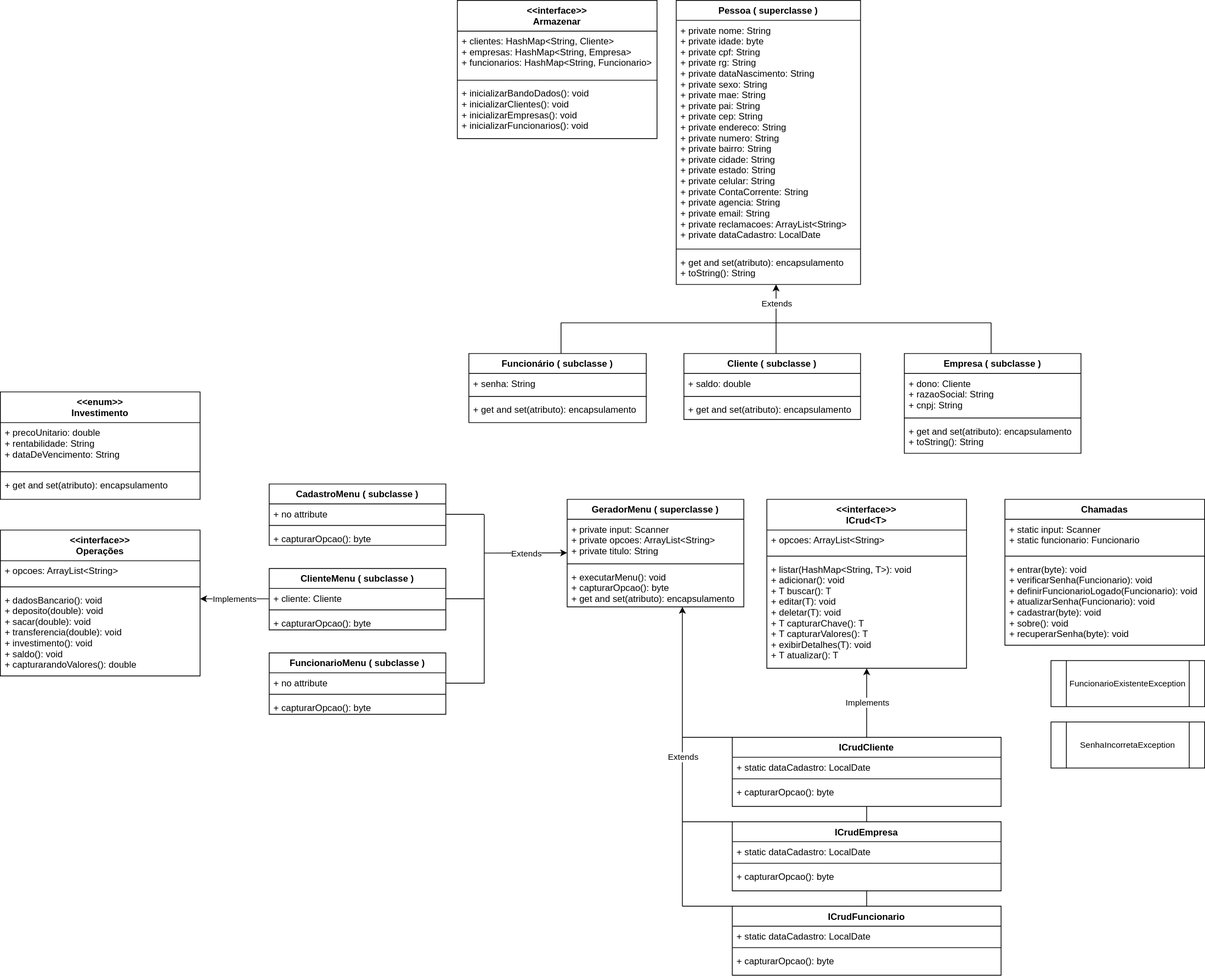
ArthurEstevan/redesenvolvimento-conta-bancaria-v2.0 keeps this draw.io diagram as Diagrama sem nome.drawio.svg. Above is the earlier version. Source tidied: cells renumbered, new cells last; positions are measured from the earlier drawing's top-left corner, leaving out a move shared by most shapes.
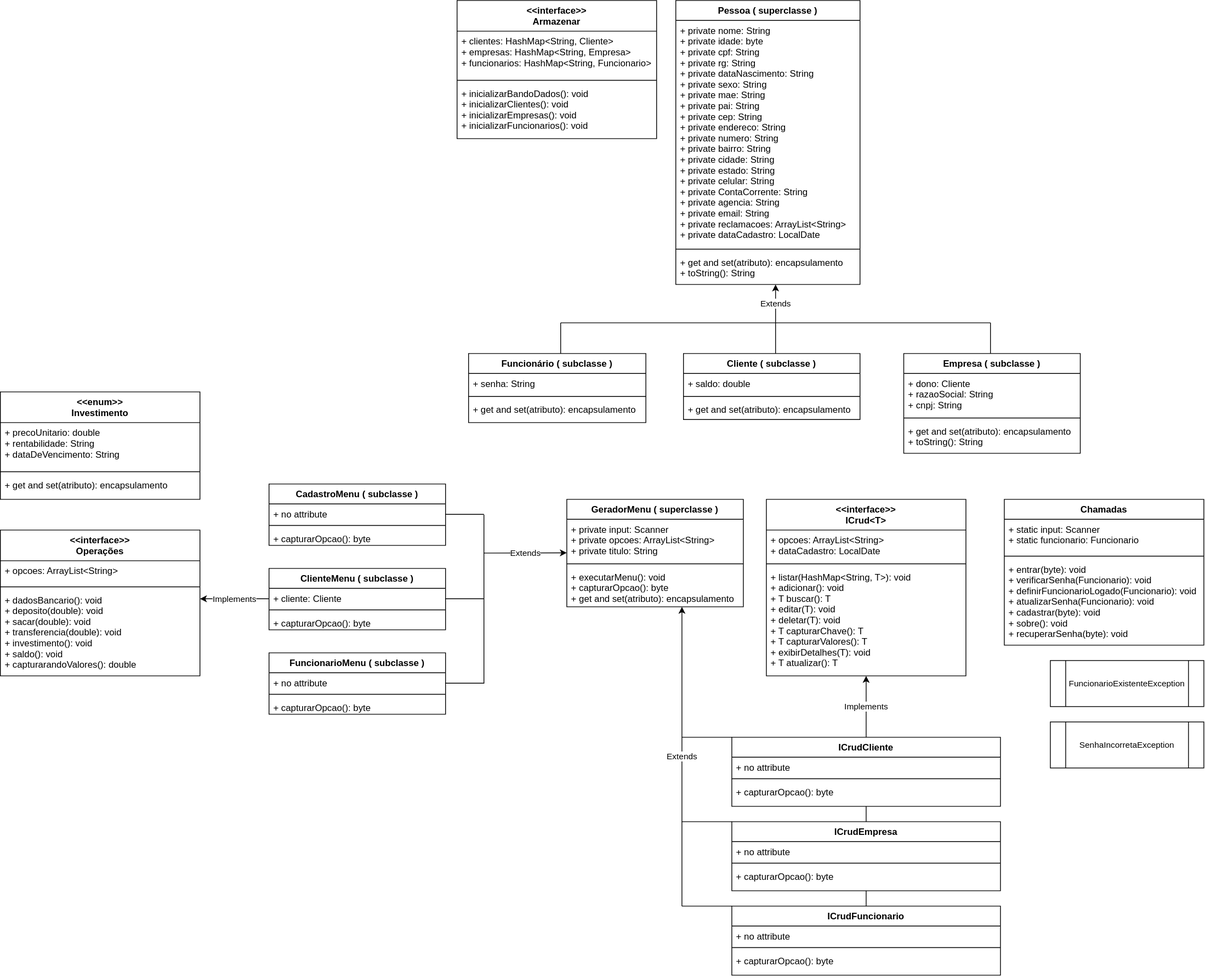
Later version of the same file.

What changed in the source:
```diff
@@ -99,21 +99,21 @@
       <mxGeometry y="58" width="230" height="22" as="geometry" />
     </mxCell>
     <mxCell id="34" value="&lt;&lt;interface&gt;&gt;&#10;ICrud&lt;T&gt;" style="swimlane;fontStyle=1;align=center;verticalAlign=top;horizontal=1;startSize=40;" parent="1" vertex="1">
-      <mxGeometry x="998" y="650" width="260" height="220" as="geometry" />
+      <mxGeometry x="998" y="650" width="260" height="230" as="geometry" />
     </mxCell>
-    <mxCell id="35" value="+ opcoes: ArrayList&lt;String&gt;&#10;" style="text;strokeColor=none;fillColor=none;align=left;verticalAlign=top;spacingLeft=4;spacingRight=4;overflow=hidden;" parent="34" vertex="1">
-      <mxGeometry y="40" width="260" height="30" as="geometry" />
+    <mxCell id="35" value="+ opcoes: ArrayList&lt;String&gt;&#10;+ dataCadastro: LocalDate&#10;" style="text;strokeColor=none;fillColor=none;align=left;verticalAlign=top;spacingLeft=4;spacingRight=4;overflow=hidden;" parent="34" vertex="1">
+      <mxGeometry y="40" width="260" height="40" as="geometry" />
     </mxCell>
     <mxCell id="36" style="line;strokeWidth=1;fillColor=none;align=left;verticalAlign=middle;spacingTop=-1;spacingLeft=3;spacingRight=3;labelPosition=right;" parent="34" vertex="1">
-      <mxGeometry y="70" width="260" height="8" as="geometry" />
+      <mxGeometry y="80" width="260" height="8" as="geometry" />
     </mxCell>
     <mxCell id="37" value="+ listar(HashMap&lt;String, T&gt;): void&#10;+ adicionar(): void&#10;+ T buscar(): T&#10;+ editar(T): void&#10;+ deletar(T): void&#10;+ T capturarChave(): T&#10;+ T capturarValores(): T&#10;+ exibirDetalhes(T): void&#10;+ T atualizar(): T&#10;" style="text;strokeColor=none;fillColor=none;align=left;verticalAlign=top;spacingLeft=4;spacingRight=4;overflow=hidden;points=[[0,0.5],[1,0.5]];portConstraint=eastwest;" parent="34" vertex="1">
-      <mxGeometry y="78" width="260" height="142" as="geometry" />
+      <mxGeometry y="88" width="260" height="142" as="geometry" />
     </mxCell>
     <mxCell id="38" value="ICrudCliente" style="swimlane;fontStyle=1;align=center;verticalAlign=top;horizontal=1;startSize=26;" parent="1" vertex="1">
       <mxGeometry x="953" y="960" width="350" height="90" as="geometry" />
     </mxCell>
-    <mxCell id="39" value="+ static dataCadastro: LocalDate" style="text;strokeColor=none;fillColor=none;align=left;verticalAlign=top;spacingLeft=4;spacingRight=4;overflow=hidden;" parent="38" vertex="1">
+    <mxCell id="39" value="+ no attribute" style="text;strokeColor=none;fillColor=none;align=left;verticalAlign=top;spacingLeft=4;spacingRight=4;overflow=hidden;" parent="38" vertex="1">
       <mxGeometry y="26" width="350" height="24" as="geometry" />
     </mxCell>
     <mxCell id="40" style="line;strokeWidth=1;fillColor=none;align=left;verticalAlign=middle;spacingTop=-1;spacingLeft=3;spacingRight=3;labelPosition=right;" parent="38" vertex="1">
@@ -150,7 +150,7 @@
     <mxCell id="48" value="ICrudEmpresa" style="swimlane;fontStyle=1;align=center;verticalAlign=top;horizontal=1;startSize=26;" parent="1" vertex="1">
       <mxGeometry x="953" y="1070" width="350" height="90" as="geometry" />
     </mxCell>
-    <mxCell id="49" value="+ static dataCadastro: LocalDate" style="text;strokeColor=none;fillColor=none;align=left;verticalAlign=top;spacingLeft=4;spacingRight=4;overflow=hidden;" parent="48" vertex="1">
+    <mxCell id="49" value="+ no attribute" style="text;strokeColor=none;fillColor=none;align=left;verticalAlign=top;spacingLeft=4;spacingRight=4;overflow=hidden;" parent="48" vertex="1">
       <mxGeometry y="26" width="350" height="24" as="geometry" />
     </mxCell>
     <mxCell id="50" style="line;strokeWidth=1;fillColor=none;align=left;verticalAlign=middle;spacingTop=-1;spacingLeft=3;spacingRight=3;labelPosition=right;" parent="48" vertex="1">
@@ -162,7 +162,7 @@
     <mxCell id="52" value="ICrudFuncionario" style="swimlane;fontStyle=1;align=center;verticalAlign=top;horizontal=1;startSize=26;" parent="1" vertex="1">
       <mxGeometry x="953" y="1180" width="350" height="90" as="geometry" />
     </mxCell>
-    <mxCell id="53" value="+ static dataCadastro: LocalDate" style="text;strokeColor=none;fillColor=none;align=left;verticalAlign=top;spacingLeft=4;spacingRight=4;overflow=hidden;" parent="52" vertex="1">
+    <mxCell id="53" value="+ no attribute" style="text;strokeColor=none;fillColor=none;align=left;verticalAlign=top;spacingLeft=4;spacingRight=4;overflow=hidden;" parent="52" vertex="1">
       <mxGeometry y="26" width="350" height="24" as="geometry" />
     </mxCell>
     <mxCell id="54" style="line;strokeWidth=1;fillColor=none;align=left;verticalAlign=middle;spacingTop=-1;spacingLeft=3;spacingRight=3;labelPosition=right;" parent="52" vertex="1">
```
